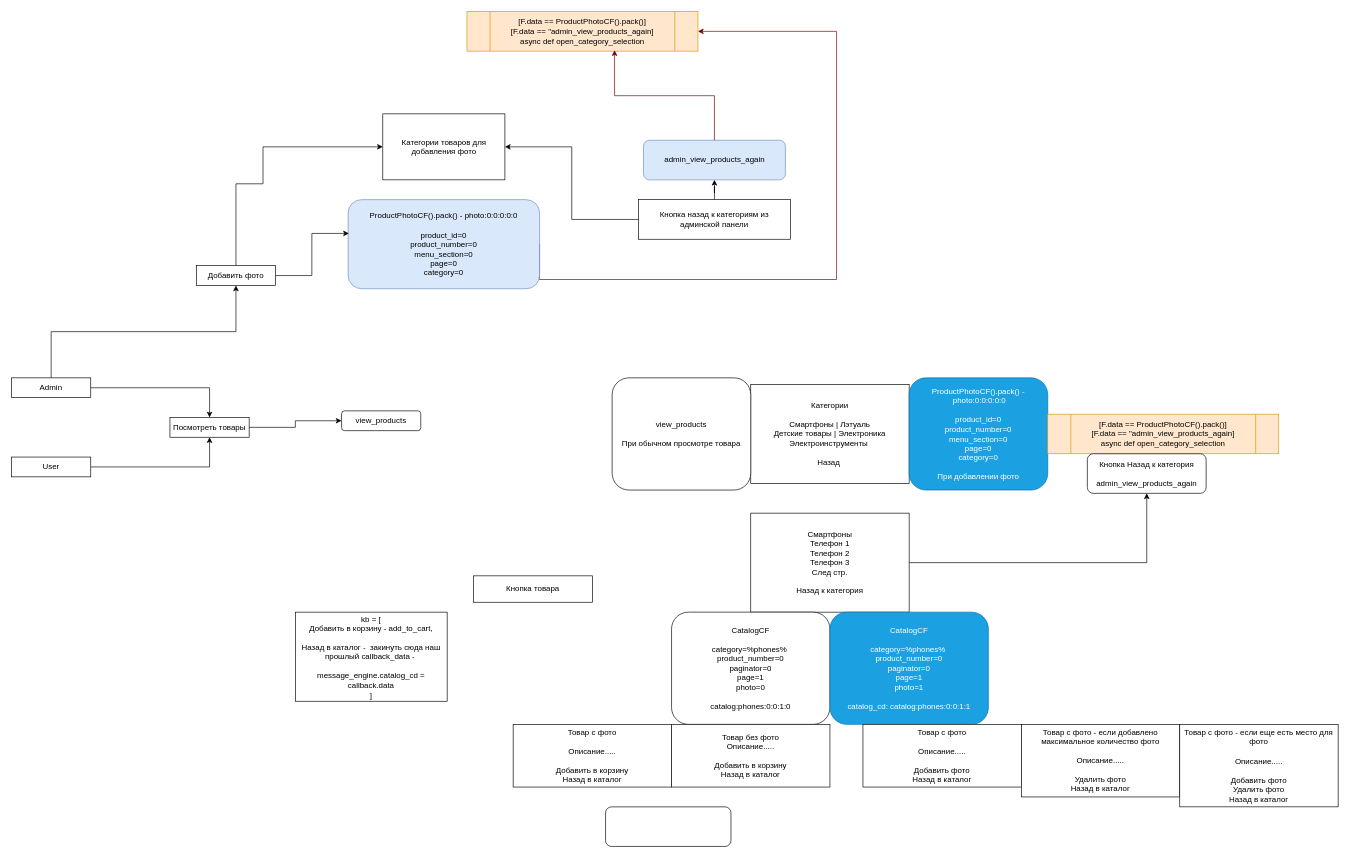
gderpy/pantry_nytva_bot keeps this draw.io diagram as Рисуем колбеки.drawio. Above is the earlier version. Source tidied: cells renumbered, new cells numbered last; positions are measured from the earlier drawing's top-left corner, leaving out a move shared by most shapes. Both pictures are drawn from the tidied source at 66%, with x=0, y=0 at pixel (11, 11).
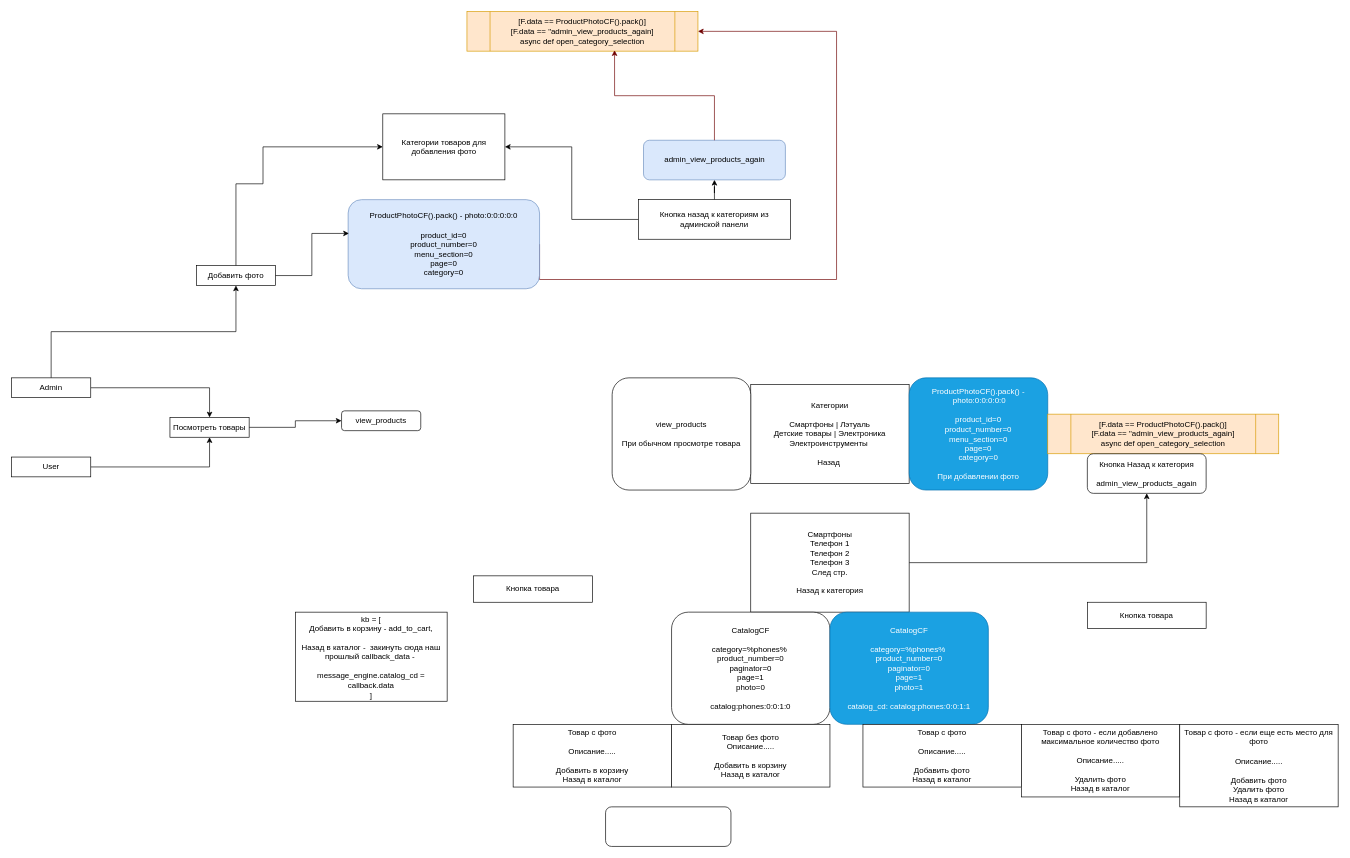
The same diagram, later.

What changed in the source:
```diff
@@
+    <mxCell id="39" value="Кнопка товара" style="rounded=0;whiteSpace=wrap;html=1;" parent="1" vertex="1">
+      <mxGeometry x="1630" y="895" width="180" height="40" as="geometry" />
+    </mxCell>
```
